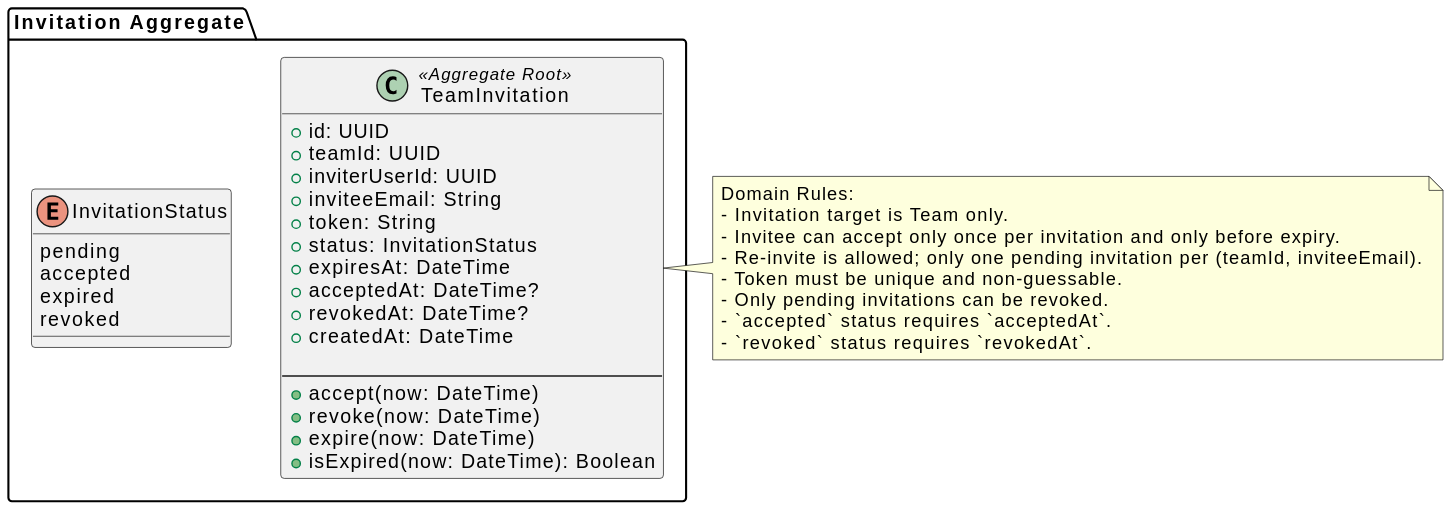
Earlier version of the PlantUML export docs/generated-diagrams/domain-models/invitation-aggregate.svg (Bonbooon/teamdev-2026).
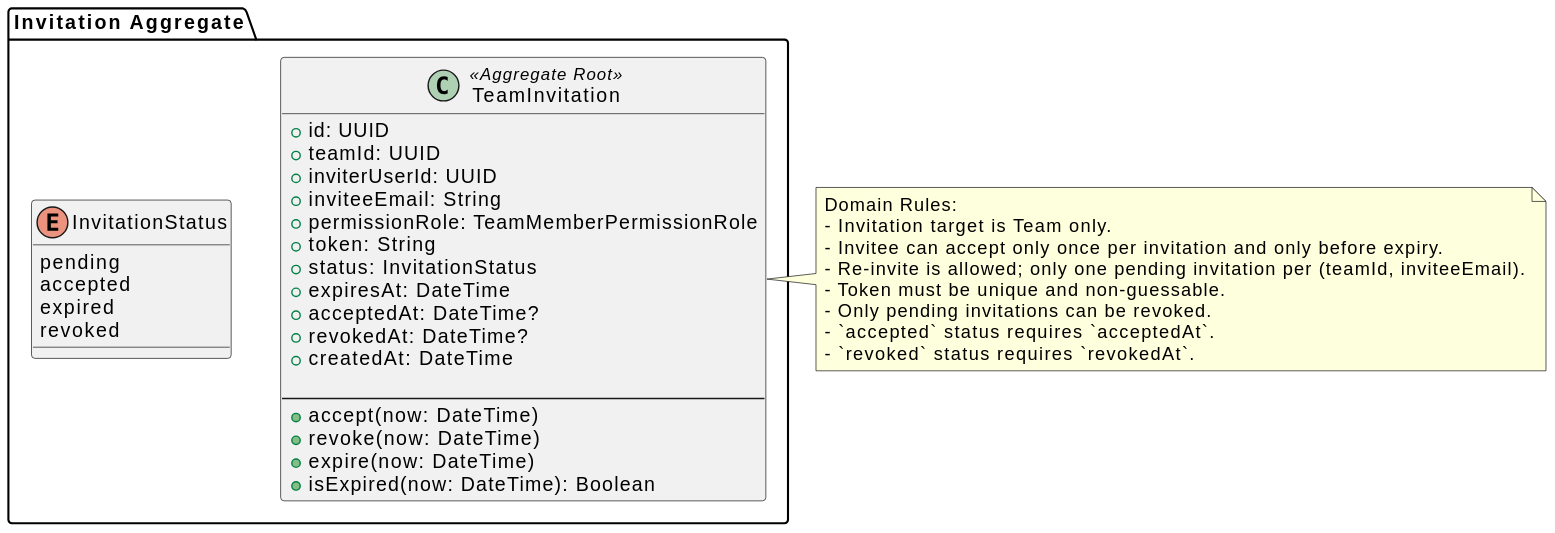
After the commit.

Commit message:
chore(diagrams): auto-generate SVGs

Change to the diagram source:
```diff
@@ -6,6 +6,7 @@
     +teamId: UUID
     +inviterUserId: UUID
     +inviteeEmail: String
+    +permissionRole: TeamMemberPermissionRole
     +token: String
     +status: InvitationStatus
     +expiresAt: DateTime
```
